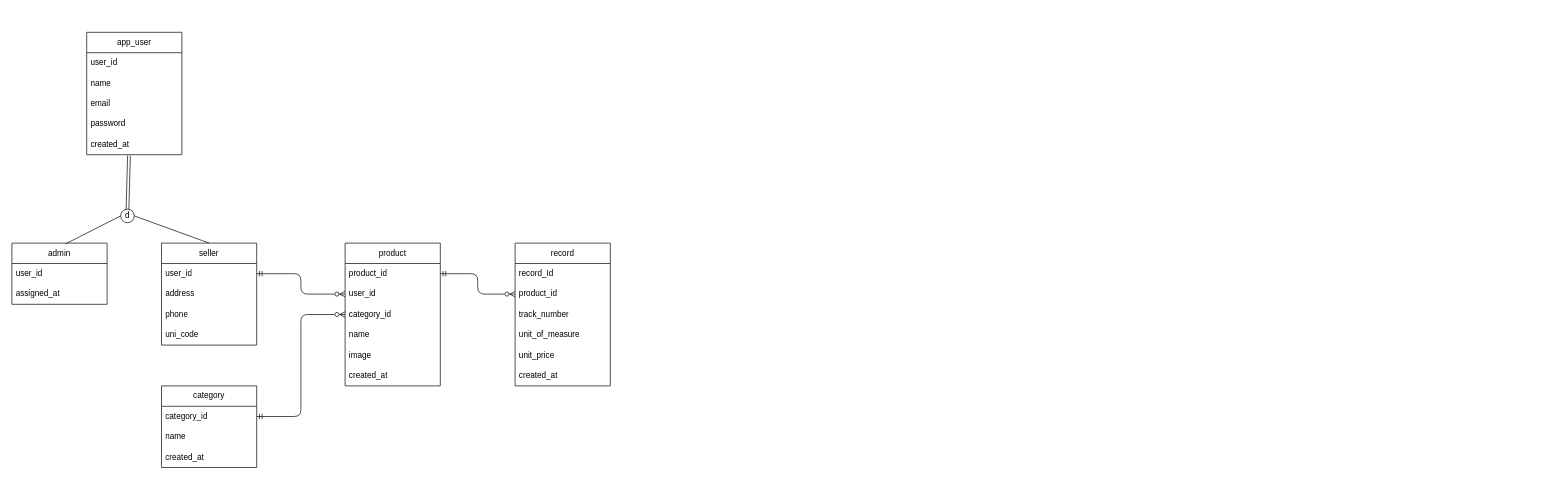
Before: erd.drawio in machilan1/vg, a draw.io diagram. Source tidied: cells renumbered, new cells numbered last; positions are measured from the earlier drawing's top-left corner, leaving out a move shared by most shapes. Both pictures are drawn from the tidied source at 68%, with x=0, y=0 at pixel (12, 32).
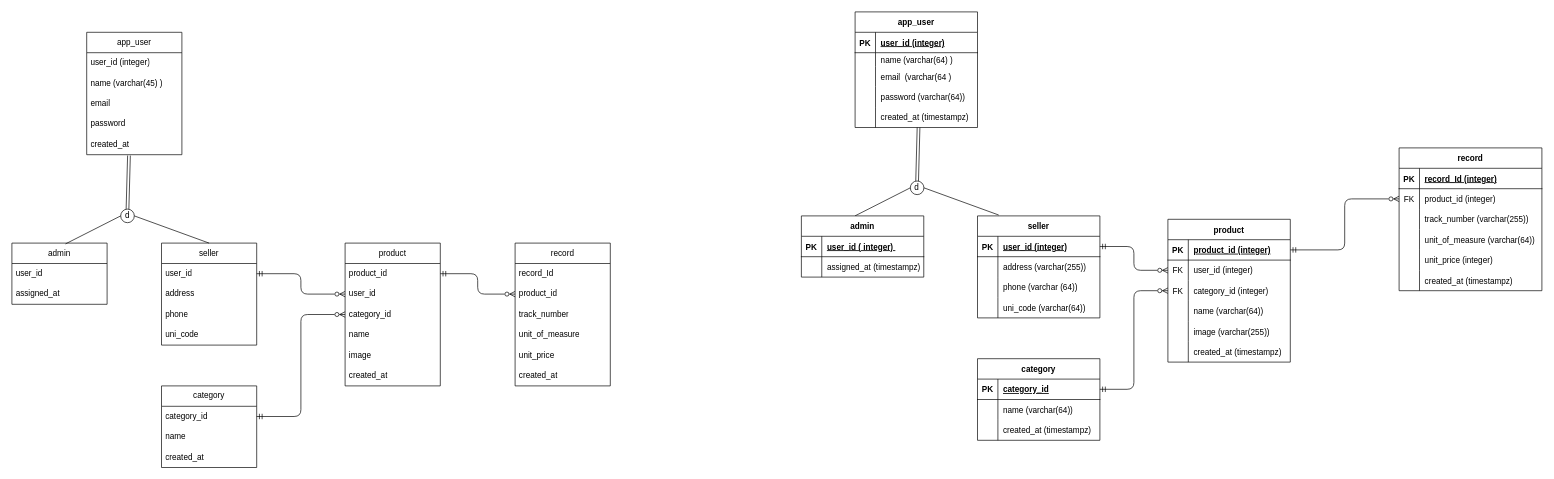
Above is the later version.

Commit message:
feat: ERD with types

The change refers to these unchanged cells:
```xml
<mxCell id="2" value="app_user" style="swimlane;fontStyle=0;horizontal=1;startSize=30;whiteSpace=wrap;html=1;" parent="1" vertex="1">
  <mxGeometry x="110" width="140" height="180" as="geometry" />
</mxCell>
```

The edit, as a diff of the source:
```diff
@@
-    <mxCell id="3" value="user_id" style="text;strokeColor=none;fillColor=none;align=left;verticalAlign=middle;spacingLeft=4;spacingRight=4;overflow=hidden;whiteSpace=wrap;html=1;" parent="2" vertex="1">
+    <mxCell id="3" value="user_id (integer)" style="text;strokeColor=none;fillColor=none;align=left;verticalAlign=middle;spacingLeft=4;spacingRight=4;overflow=hidden;whiteSpace=wrap;html=1;" parent="2" vertex="1">
       <mxGeometry y="30" width="140" height="30" as="geometry" />
     </mxCell>
-    <mxCell id="4" value="name" style="text;strokeColor=none;fillColor=none;align=left;verticalAlign=middle;spacingLeft=4;spacingRight=4;overflow=hidden;whiteSpace=wrap;html=1;" parent="2" vertex="1">
+    <mxCell id="4" value="name (varchar(45) )" style="text;strokeColor=none;fillColor=none;align=left;verticalAlign=middle;spacingLeft=4;spacingRight=4;overflow=hidden;whiteSpace=wrap;html=1;" parent="2" vertex="1">
       <mxGeometry y="60" width="140" height="30" as="geometry" />
     </mxCell>
@@
+    <mxCell id="41" value="app_user" style="shape=table;startSize=30;childLayout=tableLayout;rowLines=0;fontStyle=1;align=center;" parent="1" vertex="1">
+      <mxGeometry x="1240" y="-30" width="180" height="170" as="geometry" />
+    </mxCell>
+    <mxCell id="42" style="shape=tableRow;horizontal=0;startSize=0;swimlaneHead=0;swimlaneBody=0;fillColor=none;top=0;left=0;right=0;bottom=1;" parent="41" vertex="1">
+      <mxGeometry y="30" width="180" height="30" as="geometry" />
+    </mxCell>
+    <mxCell id="43" value="PK" style="shape=partialRectangle;fillColor=none;top=0;left=0;bottom=0;right=0;fontStyle=1;overflow=hidden;" parent="42" vertex="1">
+      <mxGeometry width="30" height="30" as="geometry" />
+    </mxCell>
+    <mxCell id="44" value="user_id (integer)" style="shape=partialRectangle;fillColor=none;top=0;left=0;bottom=0;right=0;align=left;spacingLeft=6;fontStyle=5;overflow=hidden;" parent="42" vertex="1">
+      <mxGeometry x="30" width="150" height="30" as="geometry" />
+    </mxCell>
+    <mxCell id="45" style="shape=tableRow;horizontal=0;startSize=0;swimlaneHead=0;swimlaneBody=0;fillColor=none;top=0;left=0;right=0;bottom=0;" parent="41" vertex="1">
+      <mxGeometry y="60" width="180" height="20" as="geometry" />
+    </mxCell>
+    <mxCell id="46" style="shape=partialRectangle;fillColor=none;top=0;left=0;bottom=0;right=0;overflow=hidden;" parent="45" vertex="1">
+      <mxGeometry width="30" height="20" as="geometry" />
+    </mxCell>
+    <mxCell id="47" value="name (varchar(64) )" style="shape=partialRectangle;fillColor=none;top=0;left=0;bottom=0;right=0;align=left;spacingLeft=6;overflow=hidden;" parent="45" vertex="1">
+      <mxGeometry x="30" width="150" height="20" as="geometry" />
+    </mxCell>
+    <mxCell id="48" style="shape=tableRow;horizontal=0;startSize=0;swimlaneHead=0;swimlaneBody=0;fillColor=none;top=0;left=0;right=0;bottom=0;" parent="41" vertex="1">
+      <mxGeometry y="80" width="180" height="30" as="geometry" />
+    </mxCell>
+    <mxCell id="49" style="shape=partialRectangle;fillColor=none;top=0;left=0;bottom=0;right=0;overflow=hidden;" parent="48" vertex="1">
+      <mxGeometry width="30" height="30" as="geometry" />
+    </mxCell>
+    <mxCell id="50" value="email  (varchar(64 )" style="shape=partialRectangle;fillColor=none;top=0;left=0;bottom=0;right=0;align=left;spacingLeft=6;overflow=hidden;" parent="48" vertex="1">
+      <mxGeometry x="30" width="150" height="30" as="geometry" />
+    </mxCell>
+    <mxCell id="51" style="shape=tableRow;horizontal=0;startSize=0;swimlaneHead=0;swimlaneBody=0;fillColor=none;top=0;left=0;right=0;bottom=0;" parent="41" vertex="1">
+      <mxGeometry y="110" width="180" height="30" as="geometry" />
+    </mxCell>
+    <mxCell id="52" style="shape=partialRectangle;fillColor=none;top=0;left=0;bottom=0;right=0;overflow=hidden;" parent="51" vertex="1">
+      <mxGeometry width="30" height="30" as="geometry" />
+    </mxCell>
+    <mxCell id="53" value="password (varchar(64))" style="shape=partialRectangle;fillColor=none;top=0;left=0;bottom=0;right=0;align=left;spacingLeft=6;overflow=hidden;" parent="51" vertex="1">
+      <mxGeometry x="30" width="150" height="30" as="geometry" />
+    </mxCell>
+    <mxCell id="54" style="shape=tableRow;horizontal=0;startSize=0;swimlaneHead=0;swimlaneBody=0;fillColor=none;top=0;left=0;right=0;bottom=0;" parent="41" vertex="1">
+      <mxGeometry y="140" width="180" height="30" as="geometry" />
+    </mxCell>
+    <mxCell id="55" style="shape=partialRectangle;fillColor=none;top=0;left=0;bottom=0;right=0;overflow=hidden;" parent="54" vertex="1">
+      <mxGeometry width="30" height="30" as="geometry" />
+    </mxCell>
+    <mxCell id="56" value="created_at (timestampz)" style="shape=partialRectangle;fillColor=none;top=0;left=0;bottom=0;right=0;align=left;spacingLeft=6;overflow=hidden;" parent="54" vertex="1">
+      <mxGeometry x="30" width="150" height="30" as="geometry" />
+    </mxCell>
+    <mxCell id="57" style="group;" parent="1" vertex="1">
+      <mxGeometry x="1240" y="140" width="211.2" height="129.9" as="geometry" />
+    </mxCell>
+    <mxCell id="58" value="d" style="ellipse;whiteSpace=wrap;html=1;" parent="57" vertex="1">
+      <mxGeometry x="81.2" y="78.7" width="20" height="20" as="geometry" />
+    </mxCell>
+    <mxCell id="59" style="endArrow=none;html=1;exitX=0.563;exitY=0.013;exitDx=0;exitDy=0;exitPerimeter=0;" parent="57" edge="1">
+      <mxGeometry relative="1" as="geometry">
+        <mxPoint y="129.9" as="sourcePoint" />
+        <mxPoint x="81.2" y="88.7" as="targetPoint" />
+      </mxGeometry>
+    </mxCell>
+    <mxCell id="60" style="endArrow=none;html=1;entryX=1;entryY=0.5;entryDx=0;entryDy=0;exitX=0.5;exitY=0;exitDx=0;exitDy=0;" parent="57" edge="1" target="58">
+      <mxGeometry relative="1" as="geometry">
+        <mxPoint x="211.2" y="128.7" as="sourcePoint" />
+      </mxGeometry>
+    </mxCell>
+    <mxCell id="61" style="endArrow=none;html=1;shape=link;exitX=0.5;exitY=0;exitDx=0;exitDy=0;entryX=0.444;entryY=1.042;entryDx=0;entryDy=0;entryPerimeter=0;" parent="57" edge="1" source="58">
+      <mxGeometry relative="1" as="geometry">
+        <mxPoint x="93.3" as="targetPoint" />
+      </mxGeometry>
+    </mxCell>
+    <mxCell id="62" value="admin" style="shape=table;startSize=30;childLayout=tableLayout;rowLines=0;fontStyle=1;align=center;" parent="1" vertex="1">
+      <mxGeometry x="1161" y="270" width="180" height="90" as="geometry" />
+    </mxCell>
+    <mxCell id="63" style="shape=tableRow;horizontal=0;startSize=0;swimlaneHead=0;swimlaneBody=0;fillColor=none;top=0;left=0;right=0;bottom=1;" parent="62" vertex="1">
+      <mxGeometry y="30" width="180" height="30" as="geometry" />
+    </mxCell>
+    <mxCell id="64" value="PK" style="shape=partialRectangle;fillColor=none;top=0;left=0;bottom=0;right=0;fontStyle=1;overflow=hidden;" parent="63" vertex="1">
+      <mxGeometry width="30" height="30" as="geometry" />
+    </mxCell>
+    <mxCell id="65" value="user_id ( integer) " style="shape=partialRectangle;fillColor=none;top=0;left=0;bottom=0;right=0;align=left;spacingLeft=6;fontStyle=5;overflow=hidden;" parent="63" vertex="1">
+      <mxGeometry x="30" width="150" height="30" as="geometry" />
+    </mxCell>
+    <mxCell id="66" style="shape=tableRow;horizontal=0;startSize=0;swimlaneHead=0;swimlaneBody=0;fillColor=none;top=0;left=0;right=0;bottom=0;" parent="62" vertex="1">
+      <mxGeometry y="60" width="180" height="30" as="geometry" />
+    </mxCell>
+    <mxCell id="67" style="shape=partialRectangle;fillColor=none;top=0;left=0;bottom=0;right=0;overflow=hidden;" parent="66" vertex="1">
+      <mxGeometry width="30" height="30" as="geometry" />
+    </mxCell>
+    <mxCell id="68" value="assigned_at (timestampz)" style="shape=partialRectangle;fillColor=none;top=0;left=0;bottom=0;right=0;align=left;spacingLeft=6;overflow=hidden;" parent="66" vertex="1">
+      <mxGeometry x="30" width="150" height="30" as="geometry" />
+    </mxCell>
+    <mxCell id="69" value="seller" style="shape=table;startSize=30;childLayout=tableLayout;rowLines=0;fontStyle=1;align=center;" parent="1" vertex="1">
+      <mxGeometry x="1420" y="270" width="180" height="150" as="geometry" />
+    </mxCell>
+    <mxCell id="70" style="shape=tableRow;horizontal=0;startSize=0;swimlaneHead=0;swimlaneBody=0;fillColor=none;points=[[0,0.5],[1,0.5]];portConstraint=eastwest;top=0;left=0;right=0;bottom=1;" parent="69" vertex="1">
+      <mxGeometry y="30" width="180" height="30" as="geometry" />
+    </mxCell>
+    <mxCell id="71" value="PK" style="shape=partialRectangle;fillColor=none;top=0;left=0;bottom=0;right=0;fontStyle=1;overflow=hidden;" parent="70" vertex="1">
+      <mxGeometry width="30" height="30" as="geometry" />
+    </mxCell>
+    <mxCell id="72" value="user_id (integer)" style="shape=partialRectangle;fillColor=none;top=0;left=0;bottom=0;right=0;align=left;spacingLeft=6;fontStyle=5;overflow=hidden;" parent="70" vertex="1">
+      <mxGeometry x="30" width="150" height="30" as="geometry" />
+    </mxCell>
+    <mxCell id="73" style="shape=tableRow;horizontal=0;startSize=0;swimlaneHead=0;swimlaneBody=0;fillColor=none;top=0;left=0;right=0;bottom=0;" parent="69" vertex="1">
+      <mxGeometry y="60" width="180" height="30" as="geometry" />
+    </mxCell>
+    <mxCell id="74" style="shape=partialRectangle;fillColor=none;top=0;left=0;bottom=0;right=0;overflow=hidden;" parent="73" vertex="1">
+      <mxGeometry width="30" height="30" as="geometry" />
+    </mxCell>
+    <mxCell id="75" value="address (varchar(255))" style="shape=partialRectangle;fillColor=none;top=0;left=0;bottom=0;right=0;align=left;spacingLeft=6;overflow=hidden;" parent="73" vertex="1">
+      <mxGeometry x="30" width="150" height="30" as="geometry" />
+    </mxCell>
+    <mxCell id="76" style="shape=tableRow;horizontal=0;startSize=0;swimlaneHead=0;swimlaneBody=0;fillColor=none;top=0;left=0;right=0;bottom=0;" parent="69" vertex="1">
+      <mxGeometry y="90" width="180" height="30" as="geometry" />
+    </mxCell>
+    <mxCell id="77" style="shape=partialRectangle;fillColor=none;top=0;left=0;bottom=0;right=0;overflow=hidden;" parent="76" vertex="1">
+      <mxGeometry width="30" height="30" as="geometry" />
+    </mxCell>
+    <mxCell id="78" value="phone (varchar (64))" style="shape=partialRectangle;fillColor=none;top=0;left=0;bottom=0;right=0;align=left;spacingLeft=6;overflow=hidden;" parent="76" vertex="1">
+      <mxGeometry x="30" width="150" height="30" as="geometry" />
+    </mxCell>
+    <mxCell id="79" style="shape=tableRow;horizontal=0;startSize=0;swimlaneHead=0;swimlaneBody=0;fillColor=none;top=0;left=0;right=0;bottom=0;" parent="69" vertex="1">
+      <mxGeometry y="120" width="180" height="30" as="geometry" />
+    </mxCell>
+    <mxCell id="80" style="shape=partialRectangle;fillColor=none;top=0;left=0;bottom=0;right=0;overflow=hidden;" parent="79" vertex="1">
+      <mxGeometry width="30" height="30" as="geometry" />
+    </mxCell>
+    <mxCell id="81" value="uni_code (varchar(64))" style="shape=partialRectangle;fillColor=none;top=0;left=0;bottom=0;right=0;align=left;spacingLeft=6;overflow=hidden;" parent="79" vertex="1">
+      <mxGeometry x="30" width="150" height="30" as="geometry" />
+    </mxCell>
+    <mxCell id="82" value="category" style="shape=table;startSize=30;childLayout=tableLayout;rowLines=0;fontStyle=1;align=center;" parent="1" vertex="1">
+      <mxGeometry x="1420" y="480" width="180" height="120" as="geometry" />
+    </mxCell>
+    <mxCell id="83" style="shape=tableRow;horizontal=0;startSize=0;swimlaneHead=0;swimlaneBody=0;fillColor=none;points=[[0,0.5],[1,0.5]];portConstraint=eastwest;top=0;left=0;right=0;bottom=1;" parent="82" vertex="1">
+      <mxGeometry y="30" width="180" height="30" as="geometry" />
+    </mxCell>
+    <mxCell id="84" value="PK" style="shape=partialRectangle;fillColor=none;top=0;left=0;bottom=0;right=0;fontStyle=1;overflow=hidden;" parent="83" vertex="1">
+      <mxGeometry width="30" height="30" as="geometry" />
+    </mxCell>
+    <mxCell id="85" value="category_id" style="shape=partialRectangle;fillColor=none;top=0;left=0;bottom=0;right=0;align=left;spacingLeft=6;fontStyle=5;overflow=hidden;" parent="83" vertex="1">
+      <mxGeometry x="30" width="150" height="30" as="geometry" />
+    </mxCell>
+    <mxCell id="86" style="shape=tableRow;horizontal=0;startSize=0;swimlaneHead=0;swimlaneBody=0;fillColor=none;top=0;left=0;right=0;bottom=0;" parent="82" vertex="1">
+      <mxGeometry y="60" width="180" height="30" as="geometry" />
+    </mxCell>
+    <mxCell id="87" style="shape=partialRectangle;fillColor=none;top=0;left=0;bottom=0;right=0;overflow=hidden;" parent="86" vertex="1">
+      <mxGeometry width="30" height="30" as="geometry" />
+    </mxCell>
+    <mxCell id="88" value="name (varchar(64))" style="shape=partialRectangle;fillColor=none;top=0;left=0;bottom=0;right=0;align=left;spacingLeft=6;overflow=hidden;" parent="86" vertex="1">
+      <mxGeometry x="30" width="150" height="30" as="geometry" />
+    </mxCell>
+    <mxCell id="89" style="shape=tableRow;horizontal=0;startSize=0;swimlaneHead=0;swimlaneBody=0;fillColor=none;top=0;left=0;right=0;bottom=0;" parent="82" vertex="1">
+      <mxGeometry y="90" width="180" height="30" as="geometry" />
+    </mxCell>
+    <mxCell id="90" style="shape=partialRectangle;fillColor=none;top=0;left=0;bottom=0;right=0;overflow=hidden;" parent="89" vertex="1">
+      <mxGeometry width="30" height="30" as="geometry" />
+    </mxCell>
+    <mxCell id="91" value="created_at (timestampz)" style="shape=partialRectangle;fillColor=none;top=0;left=0;bottom=0;right=0;align=left;spacingLeft=6;overflow=hidden;" parent="89" vertex="1">
+      <mxGeometry x="30" width="150" height="30" as="geometry" />
+    </mxCell>
+    <mxCell id="92" value="product" style="shape=table;startSize=30;childLayout=tableLayout;rowLines=0;fontStyle=1;align=center;" parent="1" vertex="1">
+      <mxGeometry x="1700" y="275" width="180" height="210" as="geometry" />
+    </mxCell>
+    <mxCell id="93" style="shape=tableRow;horizontal=0;startSize=0;swimlaneHead=0;swimlaneBody=0;fillColor=none;points=[[0,0.5],[1,0.5]];portConstraint=eastwest;top=0;left=0;right=0;bottom=1;" parent="92" vertex="1">
+      <mxGeometry y="30" width="180" height="30" as="geometry" />
+    </mxCell>
+    <mxCell id="94" value="PK" style="shape=partialRectangle;fillColor=none;top=0;left=0;bottom=0;right=0;fontStyle=1;overflow=hidden;" parent="93" vertex="1">
+      <mxGeometry width="30" height="30" as="geometry" />
+    </mxCell>
+    <mxCell id="95" value="product_id (integer)" style="shape=partialRectangle;fillColor=none;top=0;left=0;bottom=0;right=0;align=left;spacingLeft=6;fontStyle=5;overflow=hidden;" parent="93" vertex="1">
+      <mxGeometry x="30" width="150" height="30" as="geometry" />
+    </mxCell>
+    <mxCell id="96" style="shape=tableRow;horizontal=0;startSize=0;swimlaneHead=0;swimlaneBody=0;fillColor=none;points=[[0,0.5],[1,0.5]];portConstraint=eastwest;top=0;left=0;right=0;bottom=0;" parent="92" vertex="1">
+      <mxGeometry y="60" width="180" height="30" as="geometry" />
+    </mxCell>
+    <mxCell id="97" value="FK" style="shape=partialRectangle;fillColor=none;top=0;left=0;bottom=0;right=0;overflow=hidden;" parent="96" vertex="1">
+      <mxGeometry width="30" height="30" as="geometry" />
+    </mxCell>
+    <mxCell id="98" value="user_id (integer)" style="shape=partialRectangle;fillColor=none;top=0;left=0;bottom=0;right=0;align=left;spacingLeft=6;overflow=hidden;" parent="96" vertex="1">
+      <mxGeometry x="30" width="150" height="30" as="geometry" />
+    </mxCell>
+    <mxCell id="99" style="shape=tableRow;horizontal=0;startSize=0;swimlaneHead=0;swimlaneBody=0;fillColor=none;points=[[0,0.5],[1,0.5]];portConstraint=eastwest;top=0;left=0;right=0;bottom=0;" parent="92" vertex="1">
+      <mxGeometry y="90" width="180" height="30" as="geometry" />
+    </mxCell>
+    <mxCell id="100" value="FK" style="shape=partialRectangle;fillColor=none;top=0;left=0;bottom=0;right=0;overflow=hidden;" parent="99" vertex="1">
+      <mxGeometry width="30" height="30" as="geometry" />
+    </mxCell>
+    <mxCell id="101" value="category_id (integer)" style="shape=partialRectangle;fillColor=none;top=0;left=0;bottom=0;right=0;align=left;spacingLeft=6;overflow=hidden;" parent="99" vertex="1">
+      <mxGeometry x="30" width="150" height="30" as="geometry" />
+    </mxCell>
+    <mxCell id="102" style="shape=tableRow;horizontal=0;startSize=0;swimlaneHead=0;swimlaneBody=0;fillColor=none;top=0;left=0;right=0;bottom=0;" parent="92" vertex="1">
+      <mxGeometry y="120" width="180" height="30" as="geometry" />
+    </mxCell>
+    <mxCell id="103" style="shape=partialRectangle;fillColor=none;top=0;left=0;bottom=0;right=0;overflow=hidden;" parent="102" vertex="1">
+      <mxGeometry width="30" height="30" as="geometry" />
+    </mxCell>
+    <mxCell id="104" value="name (varchar(64))" style="shape=partialRectangle;fillColor=none;top=0;left=0;bottom=0;right=0;align=left;spacingLeft=6;overflow=hidden;" parent="102" vertex="1">
+      <mxGeometry x="30" width="150" height="30" as="geometry" />
+    </mxCell>
+    <mxCell id="105" style="shape=tableRow;horizontal=0;startSize=0;swimlaneHead=0;swimlaneBody=0;fillColor=none;top=0;left=0;right=0;bottom=0;" parent="92" vertex="1">
+      <mxGeometry y="150" width="180" height="30" as="geometry" />
+    </mxCell>
+    <mxCell id="106" style="shape=partialRectangle;fillColor=none;top=0;left=0;bottom=0;right=0;overflow=hidden;" parent="105" vertex="1">
+      <mxGeometry width="30" height="30" as="geometry" />
+    </mxCell>
+    <mxCell id="107" value="image (varchar(255))" style="shape=partialRectangle;fillColor=none;top=0;left=0;bottom=0;right=0;align=left;spacingLeft=6;overflow=hidden;" parent="105" vertex="1">
+      <mxGeometry x="30" width="150" height="30" as="geometry" />
+    </mxCell>
+    <mxCell id="108" style="shape=tableRow;horizontal=0;startSize=0;swimlaneHead=0;swimlaneBody=0;fillColor=none;top=0;left=0;right=0;bottom=0;" parent="92" vertex="1">
+      <mxGeometry y="180" width="180" height="30" as="geometry" />
+    </mxCell>
+    <mxCell id="109" style="shape=partialRectangle;fillColor=none;top=0;left=0;bottom=0;right=0;overflow=hidden;" parent="108" vertex="1">
+      <mxGeometry width="30" height="30" as="geometry" />
+    </mxCell>
+    <mxCell id="110" value="created_at (timestampz)" style="shape=partialRectangle;fillColor=none;top=0;left=0;bottom=0;right=0;align=left;spacingLeft=6;overflow=hidden;" parent="108" vertex="1">
+      <mxGeometry x="30" width="150" height="30" as="geometry" />
+    </mxCell>
+    <mxCell id="111" value="record" style="shape=table;startSize=30;childLayout=tableLayout;rowLines=0;fontStyle=1;align=center;" parent="1" vertex="1">
+      <mxGeometry x="2040" y="170" width="210" height="210" as="geometry" />
+    </mxCell>
+    <mxCell id="112" style="shape=tableRow;horizontal=0;startSize=0;swimlaneHead=0;swimlaneBody=0;fillColor=none;top=0;left=0;right=0;bottom=1;" parent="111" vertex="1">
+      <mxGeometry y="30" width="210" height="30" as="geometry" />
+    </mxCell>
+    <mxCell id="113" value="PK" style="shape=partialRectangle;fillColor=none;top=0;left=0;bottom=0;right=0;fontStyle=1;overflow=hidden;" parent="112" vertex="1">
+      <mxGeometry width="30" height="30" as="geometry" />
+    </mxCell>
+    <mxCell id="114" value="record_Id (integer)" style="shape=partialRectangle;fillColor=none;top=0;left=0;bottom=0;right=0;align=left;spacingLeft=6;fontStyle=5;overflow=hidden;" parent="112" vertex="1">
+      <mxGeometry x="30" width="180" height="30" as="geometry" />
+    </mxCell>
+    <mxCell id="115" style="shape=tableRow;horizontal=0;startSize=0;swimlaneHead=0;swimlaneBody=0;fillColor=none;points=[[0,0.5],[1,0.5]];portConstraint=eastwest;top=0;left=0;right=0;bottom=0;" parent="111" vertex="1">
+      <mxGeometry y="60" width="210" height="30" as="geometry" />
+    </mxCell>
+    <mxCell id="116" value="FK" style="shape=partialRectangle;fillColor=none;top=0;left=0;bottom=0;right=0;overflow=hidden;" parent="115" vertex="1">
+      <mxGeometry width="30" height="30" as="geometry" />
+    </mxCell>
+    <mxCell id="117" value="product_id (integer)" style="shape=partialRectangle;fillColor=none;top=0;left=0;bottom=0;right=0;align=left;spacingLeft=6;overflow=hidden;" parent="115" vertex="1">
+      <mxGeometry x="30" width="180" height="30" as="geometry" />
+    </mxCell>
+    <mxCell id="118" style="shape=tableRow;horizontal=0;startSize=0;swimlaneHead=0;swimlaneBody=0;fillColor=none;top=0;left=0;right=0;bottom=0;" parent="111" vertex="1">
+      <mxGeometry y="90" width="210" height="30" as="geometry" />
+    </mxCell>
+    <mxCell id="119" style="shape=partialRectangle;fillColor=none;top=0;left=0;bottom=0;right=0;overflow=hidden;" parent="118" vertex="1">
+      <mxGeometry width="30" height="30" as="geometry" />
+    </mxCell>
+    <mxCell id="120" value="track_number (varchar(255))" style="shape=partialRectangle;fillColor=none;top=0;left=0;bottom=0;right=0;align=left;spacingLeft=6;overflow=hidden;" parent="118" vertex="1">
+      <mxGeometry x="30" width="180" height="30" as="geometry" />
+    </mxCell>
+    <mxCell id="121" style="shape=tableRow;horizontal=0;startSize=0;swimlaneHead=0;swimlaneBody=0;fillColor=none;top=0;left=0;right=0;bottom=0;" parent="111" vertex="1">
+      <mxGeometry y="120" width="210" height="30" as="geometry" />
+    </mxCell>
+    <mxCell id="122" style="shape=partialRectangle;fillColor=none;top=0;left=0;bottom=0;right=0;overflow=hidden;" parent="121" vertex="1">
+      <mxGeometry width="30" height="30" as="geometry" />
+    </mxCell>
+    <mxCell id="123" value="unit_of_measure (varchar(64))" style="shape=partialRectangle;fillColor=none;top=0;left=0;bottom=0;right=0;align=left;spacingLeft=6;overflow=hidden;" parent="121" vertex="1">
+      <mxGeometry x="30" width="180" height="30" as="geometry" />
+    </mxCell>
+    <mxCell id="124" style="shape=tableRow;horizontal=0;startSize=0;swimlaneHead=0;swimlaneBody=0;fillColor=none;top=0;left=0;right=0;bottom=0;" parent="111" vertex="1">
+      <mxGeometry y="150" width="210" height="30" as="geometry" />
+    </mxCell>
+    <mxCell id="125" style="shape=partialRectangle;fillColor=none;top=0;left=0;bottom=0;right=0;overflow=hidden;" parent="124" vertex="1">
+      <mxGeometry width="30" height="30" as="geometry" />
+    </mxCell>
+    <mxCell id="126" value="unit_price (integer)" style="shape=partialRectangle;fillColor=none;top=0;left=0;bottom=0;right=0;align=left;spacingLeft=6;overflow=hidden;" parent="124" vertex="1">
+      <mxGeometry x="30" width="180" height="30" as="geometry" />
+    </mxCell>
+    <mxCell id="127" style="shape=tableRow;horizontal=0;startSize=0;swimlaneHead=0;swimlaneBody=0;fillColor=none;top=0;left=0;right=0;bottom=0;" parent="111" vertex="1">
+      <mxGeometry y="180" width="210" height="30" as="geometry" />
+    </mxCell>
+    <mxCell id="128" style="shape=partialRectangle;fillColor=none;top=0;left=0;bottom=0;right=0;overflow=hidden;" parent="127" vertex="1">
+      <mxGeometry width="30" height="30" as="geometry" />
+    </mxCell>
+    <mxCell id="129" value="created_at (timestampz)" style="shape=partialRectangle;fillColor=none;top=0;left=0;bottom=0;right=0;align=left;spacingLeft=6;overflow=hidden;" parent="127" vertex="1">
+      <mxGeometry x="30" width="180" height="30" as="geometry" />
+    </mxCell>
+    <mxCell id="130" style="edgeStyle=orthogonalEdgeStyle;html=1;exitX=1;exitY=0.5;exitDx=0;exitDy=0;entryX=0;entryY=0.5;entryDx=0;entryDy=0;startArrow=ERmandOne;startFill=0;endArrow=ERzeroToMany;endFill=0;" parent="1" edge="1" source="70" target="96">
+      <mxGeometry relative="1" as="geometry" />
+    </mxCell>
+    <mxCell id="131" style="edgeStyle=orthogonalEdgeStyle;html=1;exitX=1;exitY=0.5;exitDx=0;exitDy=0;entryX=0;entryY=0.5;entryDx=0;entryDy=0;startArrow=ERmandOne;startFill=0;endArrow=ERzeroToMany;endFill=0;" parent="1" edge="1" source="83" target="99">
+      <mxGeometry relative="1" as="geometry" />
+    </mxCell>
+    <mxCell id="132" style="edgeStyle=orthogonalEdgeStyle;html=1;exitX=1;exitY=0.5;exitDx=0;exitDy=0;entryX=0;entryY=0.5;entryDx=0;entryDy=0;startArrow=ERmandOne;startFill=0;endArrow=ERzeroToMany;endFill=0;" parent="1" edge="1" source="93" target="115">
+      <mxGeometry relative="1" as="geometry" />
+    </mxCell>
```
